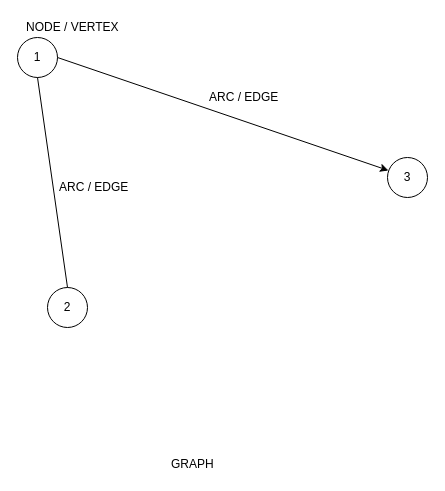
Above: graph.drawio in ufukozknn/Lectures (draw.io), before the change. Source tidied: cells renumbered, new cells numbered last; positions are measured from the earlier drawing's top-left corner, leaving out a move shared by most shapes. Both pictures are drawn from the tidied source at 100%, with x=0, y=0 at pixel (17, 17).
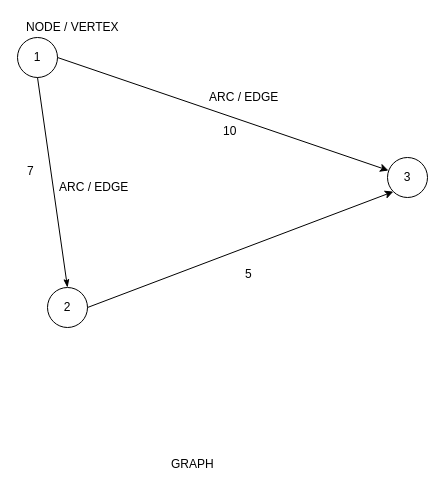
Above is the later version.

Commit message (it also covers changes not shown here):
started implementing DAG

Diff of the diagram source:
```diff
@@
 <mxGraphModel>
   <root>
     <mxCell id="0" />
     <mxCell id="1" parent="0" />
     <mxCell id="2" value="1" style="ellipse;whiteSpace=wrap;html=1;" parent="1" vertex="1">
       <mxGeometry y="20" width="40" height="40" as="geometry" />
     </mxCell>
     <mxCell id="3" value="3" style="ellipse;whiteSpace=wrap;html=1;" parent="1" vertex="1">
       <mxGeometry x="370" y="140" width="40" height="40" as="geometry" />
     </mxCell>
     <mxCell id="4" value="2" style="ellipse;whiteSpace=wrap;html=1;" parent="1" vertex="1">
       <mxGeometry x="30" y="270" width="40" height="40" as="geometry" />
     </mxCell>
     <mxCell id="5" style="endArrow=classic;html=1;entryX=0.025;entryY=0.325;entryDx=0;entryDy=0;entryPerimeter=0;" parent="1" edge="1" target="3">
       <mxGeometry relative="1" as="geometry">
         <mxPoint x="40" y="40" as="sourcePoint" />
       </mxGeometry>
     </mxCell>
-    <mxCell id="6" style="endArrow=none;html=1;entryX=0.5;entryY=1;entryDx=0;entryDy=0;exitX=0.5;exitY=0;exitDx=0;exitDy=0;" parent="1" edge="1" source="4" target="2">
+    <mxCell id="6" style="endArrow=classicThin;html=1;exitX=0.5;exitY=1;exitDx=0;exitDy=0;endFill=1;entryX=0.5;entryY=0;entryDx=0;entryDy=0;" parent="1" edge="1" source="2" target="4">
       <mxGeometry relative="1" as="geometry" />
     </mxCell>
     <mxCell id="7" value="NODE / VERTEX&lt;br&gt;" style="text;html=1;align=left;verticalAlign=top;spacingTop=-4;" parent="1" vertex="1">
       <mxGeometry x="7" width="110" height="20" as="geometry" />
     </mxCell>
     <mxCell id="8" value="ARC / EDGE" style="text;html=1;align=left;verticalAlign=top;spacingTop=-4;" parent="1" vertex="1">
       <mxGeometry x="190" y="70" width="80" height="20" as="geometry" />
     </mxCell>
     <mxCell id="9" value="GRAPH&lt;br&gt;" style="text;html=1;align=left;verticalAlign=top;spacingTop=-4;" parent="1" vertex="1">
       <mxGeometry x="152" y="437" width="60" height="20" as="geometry" />
     </mxCell>
     <mxCell id="10" value="ARC / EDGE" style="text;html=1;align=left;verticalAlign=top;spacingTop=-4;" parent="1" vertex="1">
       <mxGeometry x="40" y="160" width="80" height="20" as="geometry" />
     </mxCell>
+    <mxCell id="11" style="endArrow=classic;html=1;entryX=0;entryY=1;entryDx=0;entryDy=0;" parent="1" edge="1" target="3">
+      <mxGeometry relative="1" as="geometry">
+        <mxPoint x="70" y="290" as="sourcePoint" />
+      </mxGeometry>
+    </mxCell>
+    <mxCell id="12" value="10" style="text;html=1;align=left;verticalAlign=top;spacingTop=-4;" parent="1" vertex="1">
+      <mxGeometry x="204" y="104" width="30" height="20" as="geometry" />
+    </mxCell>
+    <mxCell id="13" value="5" style="text;html=1;align=left;verticalAlign=top;spacingTop=-4;" parent="1" vertex="1">
+      <mxGeometry x="226" y="247" width="20" height="20" as="geometry" />
+    </mxCell>
+    <mxCell id="14" value="7" style="text;html=1;align=left;verticalAlign=top;spacingTop=-4;" parent="1" vertex="1">
+      <mxGeometry x="8" y="144" width="20" height="20" as="geometry" />
+    </mxCell>
   </root>
 </mxGraphModel>
```
